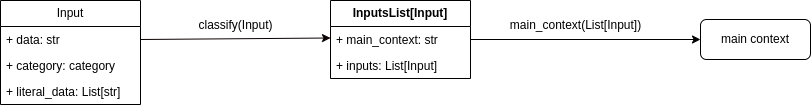
Before: plan/logical_view.png, a diagram exported from draw.io (John321Blacksmith/tesla). Source tidied: cells renumbered, new cells last; positions are measured from the earlier drawing's top-left corner, leaving out a move shared by most shapes.
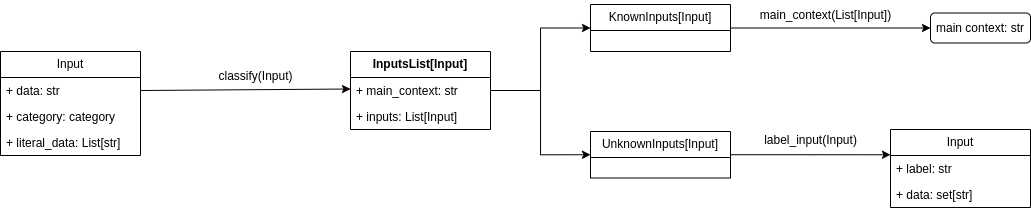
The same diagram one commit later.

Diff of the diagram source:
```diff
@@ -3,7 +3,7 @@
     <mxCell id="0" />
     <mxCell id="1" parent="0" />
     <mxCell id="2" value="Input" style="swimlane;fontStyle=0;horizontal=1;startSize=26;fillColor=none;whiteSpace=wrap;html=1;" parent="1" vertex="1">
-      <mxGeometry width="140" height="104" as="geometry" />
+      <mxGeometry x="-20" width="140" height="104" as="geometry" />
     </mxCell>
     <mxCell id="3" value="+ data: str" style="text;strokeColor=none;fillColor=none;align=left;verticalAlign=top;spacingLeft=4;spacingRight=4;overflow=hidden;points=[[0,0.5],[1,0.5]];portConstraint=eastwest;whiteSpace=wrap;html=1;" parent="2" vertex="1">
       <mxGeometry y="26" width="140" height="26" as="geometry" />
@@ -31,14 +31,41 @@
     <mxCell id="10" value="+ inputs: List[Input]" style="text;strokeColor=none;fillColor=none;align=left;verticalAlign=top;spacingLeft=4;spacingRight=4;overflow=hidden;whiteSpace=wrap;html=1;" parent="8" vertex="1">
       <mxGeometry y="52" width="140" height="26" as="geometry" />
     </mxCell>
-    <mxCell id="11" value="main context" style="rounded=1;whiteSpace=wrap;html=1;" parent="1" vertex="1">
-      <mxGeometry x="700" y="19" width="110" height="40" as="geometry" />
-    </mxCell>
-    <mxCell id="12" style="edgeStyle=orthogonalEdgeStyle;rounded=0;jettySize=auto;html=1;" parent="1" edge="1" source="9" target="11">
-      <mxGeometry relative="1" as="geometry" />
-    </mxCell>
+    <mxCell id="14" style="edgeStyle=orthogonalEdgeStyle;rounded=0;jettySize=auto;html=1;entryX=0;entryY=0.324;entryDx=0;entryDy=0;entryPerimeter=0;" parent="1" edge="1" source="15" target="21">
+      <mxGeometry relative="1" as="geometry" />
+    </mxCell>
+    <mxCell id="15" value="UnknownInputs[Input]" style="swimlane;fontStyle=0;horizontal=1;startSize=26;fillColor=none;whiteSpace=wrap;html=1;" parent="1" vertex="1">
+      <mxGeometry x="570" y="80" width="140" height="46.5" as="geometry" />
+    </mxCell>
+    <mxCell id="16" style="edgeStyle=orthogonalEdgeStyle;rounded=0;jettySize=auto;html=1;entryX=0;entryY=0.5;entryDx=0;entryDy=0;" parent="1" edge="1" source="17" target="20">
+      <mxGeometry relative="1" as="geometry" />
+    </mxCell>
+    <mxCell id="17" value="KnownInputs[Input]" style="swimlane;fontStyle=0;horizontal=1;startSize=26;fillColor=none;whiteSpace=wrap;html=1;" parent="1" vertex="1">
+      <mxGeometry x="570" y="-47" width="140" height="47" as="geometry" />
+    </mxCell>
+    <mxCell id="18" style="edgeStyle=orthogonalEdgeStyle;rounded=0;jettySize=auto;html=1;entryX=0;entryY=0.5;entryDx=0;entryDy=0;" parent="1" edge="1" source="9" target="15">
+      <mxGeometry relative="1" as="geometry" />
+    </mxCell>
+    <mxCell id="19" style="edgeStyle=orthogonalEdgeStyle;rounded=0;jettySize=auto;html=1;entryX=0;entryY=0.5;entryDx=0;entryDy=0;" parent="1" edge="1" source="9" target="17">
+      <mxGeometry relative="1" as="geometry" />
+    </mxCell>
     <mxCell id="13" value="main_context(List[Input])" style="text;html=1;align=center;verticalAlign=middle;strokeColor=none;fillColor=none;" parent="1" vertex="1">
-      <mxGeometry x="500" y="10" width="150" height="30" as="geometry" />
+      <mxGeometry x="730" y="-51" width="150" height="30" as="geometry" />
     </mxCell>
+    <mxCell id="20" value="main context: str" style="rounded=1;whiteSpace=wrap;html=1;" parent="1" vertex="1">
+      <mxGeometry x="910" y="-38.5" width="100" height="30" as="geometry" />
+    </mxCell>
+    <mxCell id="21" value="Input" style="swimlane;fontStyle=0;horizontal=1;startSize=26;fillColor=none;whiteSpace=wrap;html=1;" parent="1" vertex="1">
+      <mxGeometry x="870" y="78" width="140" height="78" as="geometry" />
+    </mxCell>
+    <mxCell id="22" value="+ label: str" style="text;strokeColor=none;fillColor=none;align=left;verticalAlign=top;spacingLeft=4;spacingRight=4;overflow=hidden;whiteSpace=wrap;html=1;" parent="21" vertex="1">
+      <mxGeometry y="26" width="140" height="26" as="geometry" />
+    </mxCell>
+    <mxCell id="23" value="+ data: set[str]" style="text;strokeColor=none;fillColor=none;align=left;verticalAlign=top;spacingLeft=4;spacingRight=4;overflow=hidden;whiteSpace=wrap;html=1;" parent="21" vertex="1">
+      <mxGeometry y="52" width="140" height="26" as="geometry" />
+    </mxCell>
+    <mxCell id="24" value="label_input(Input)" style="text;html=1;align=center;verticalAlign=middle;strokeColor=none;fillColor=none;" parent="1" vertex="1">
+      <mxGeometry x="730" y="74" width="120" height="30" as="geometry" />
+    </mxCell>
   </root>
 </mxGraphModel>
```
